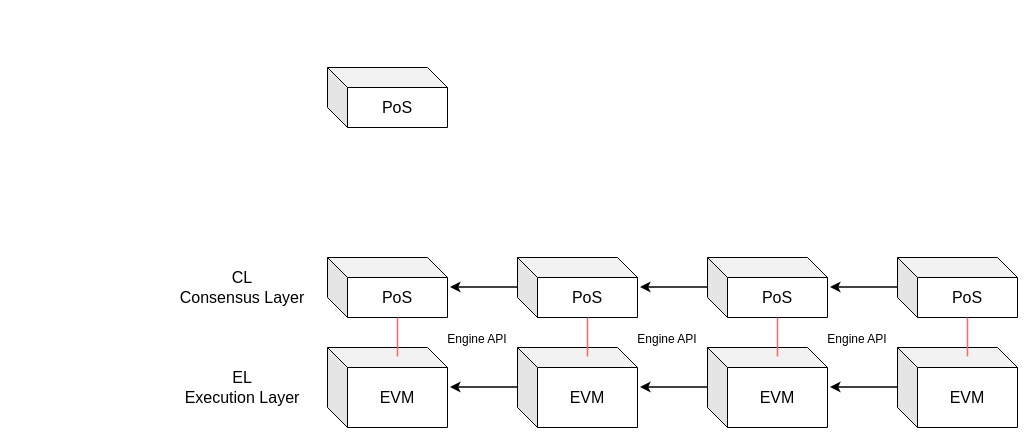
The draw.io diagram beacon-chain-withdrawals/architecture of Ethereum.drawio in 0xyicheng/a-research-diagram, before the edit. Source tidied: cells renumbered, new cells numbered last; positions are measured from the earlier drawing's top-left corner, leaving out a move shared by most shapes. Both pictures are drawn from the tidied source at 100%, with x=0, y=0 at pixel (167, 67).
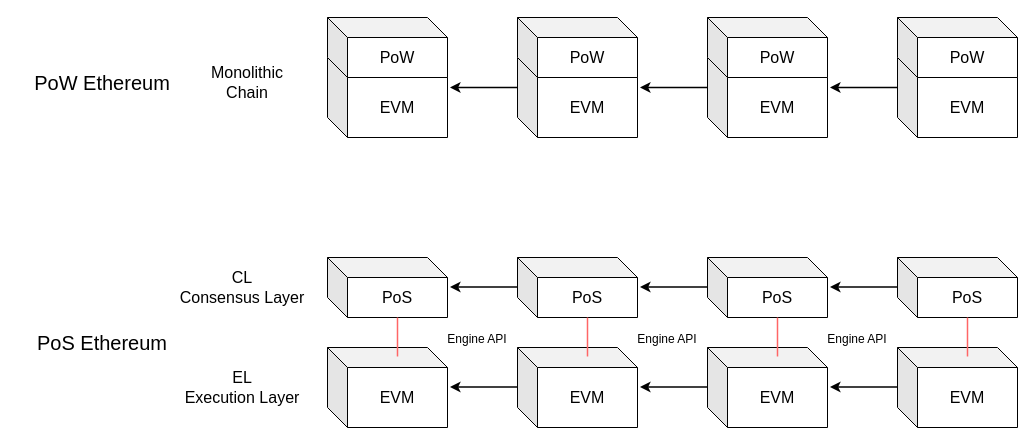
After the change.

What changed in the source:
```diff
@@
+    <mxCell id="26" value="&lt;font style=&quot;font-size: 16px&quot;&gt;EVM&lt;/font&gt;" style="shape=cube;whiteSpace=wrap;html=1;boundedLbl=1;backgroundOutline=1;darkOpacity=0.05;darkOpacity2=0.1;" parent="1" vertex="1">
+      <mxGeometry x="160" y="-10" width="120" height="80" as="geometry" />
+    </mxCell>
-    <mxCell id="25" value="&lt;font style=&quot;font-size: 16px&quot;&gt;PoS&lt;/font&gt;" style="shape=cube;whiteSpace=wrap;html=1;boundedLbl=1;backgroundOutline=1;darkOpacity=0.05;darkOpacity2=0.1;" parent="1" vertex="1">
-      <mxGeometry x="160" width="120" height="60" as="geometry" />
+    <mxCell id="25" value="&lt;font style=&quot;font-size: 16px&quot;&gt;PoW&lt;/font&gt;" style="shape=cube;whiteSpace=wrap;html=1;boundedLbl=1;backgroundOutline=1;darkOpacity=0.05;darkOpacity2=0.1;" parent="1" vertex="1">
+      <mxGeometry x="160" y="-50" width="120" height="60" as="geometry" />
     </mxCell>
+    <mxCell id="27" value="&lt;font style=&quot;font-size: 16px&quot;&gt;EVM&lt;/font&gt;" style="shape=cube;whiteSpace=wrap;html=1;boundedLbl=1;backgroundOutline=1;darkOpacity=0.05;darkOpacity2=0.1;" parent="1" vertex="1">
+      <mxGeometry x="350" y="-10" width="120" height="80" as="geometry" />
+    </mxCell>
+    <mxCell id="28" value="&lt;font style=&quot;font-size: 16px&quot;&gt;PoW&lt;/font&gt;" style="shape=cube;whiteSpace=wrap;html=1;boundedLbl=1;backgroundOutline=1;darkOpacity=0.05;darkOpacity2=0.1;" parent="1" vertex="1">
+      <mxGeometry x="350" y="-50" width="120" height="60" as="geometry" />
+    </mxCell>
+    <mxCell id="29" value="&lt;font style=&quot;font-size: 16px&quot;&gt;EVM&lt;/font&gt;" style="shape=cube;whiteSpace=wrap;html=1;boundedLbl=1;backgroundOutline=1;darkOpacity=0.05;darkOpacity2=0.1;" parent="1" vertex="1">
+      <mxGeometry x="540" y="-10" width="120" height="80" as="geometry" />
+    </mxCell>
+    <mxCell id="30" value="&lt;font style=&quot;font-size: 16px&quot;&gt;PoW&lt;/font&gt;" style="shape=cube;whiteSpace=wrap;html=1;boundedLbl=1;backgroundOutline=1;darkOpacity=0.05;darkOpacity2=0.1;" parent="1" vertex="1">
+      <mxGeometry x="540" y="-50" width="120" height="60" as="geometry" />
+    </mxCell>
+    <mxCell id="31" value="&lt;font style=&quot;font-size: 16px&quot;&gt;EVM&lt;/font&gt;" style="shape=cube;whiteSpace=wrap;html=1;boundedLbl=1;backgroundOutline=1;darkOpacity=0.05;darkOpacity2=0.1;" parent="1" vertex="1">
+      <mxGeometry x="730" y="-10" width="120" height="80" as="geometry" />
+    </mxCell>
+    <mxCell id="32" value="&lt;font style=&quot;font-size: 16px&quot;&gt;PoW&lt;/font&gt;" style="shape=cube;whiteSpace=wrap;html=1;boundedLbl=1;backgroundOutline=1;darkOpacity=0.05;darkOpacity2=0.1;" parent="1" vertex="1">
+      <mxGeometry x="730" y="-50" width="120" height="60" as="geometry" />
+    </mxCell>
+    <mxCell id="33" style="endArrow=classic;html=1;rounded=0;strokeWidth=1.5;fontSize=16;exitX=-0.021;exitY=0.525;exitDx=0;exitDy=0;exitPerimeter=0;" parent="1" edge="1">
+      <mxGeometry relative="1" as="geometry">
+        <mxPoint x="350" y="20" as="sourcePoint" />
+        <mxPoint x="282.5" y="20" as="targetPoint" />
+      </mxGeometry>
+    </mxCell>
+    <mxCell id="34" style="endArrow=classic;html=1;rounded=0;strokeWidth=1.5;fontSize=16;exitX=-0.021;exitY=0.525;exitDx=0;exitDy=0;exitPerimeter=0;" parent="1" edge="1">
+      <mxGeometry relative="1" as="geometry">
+        <mxPoint x="540" y="20" as="sourcePoint" />
+        <mxPoint x="472.5" y="20" as="targetPoint" />
+      </mxGeometry>
+    </mxCell>
+    <mxCell id="35" style="endArrow=classic;html=1;rounded=0;strokeWidth=1.5;fontSize=16;exitX=-0.021;exitY=0.525;exitDx=0;exitDy=0;exitPerimeter=0;" parent="1" edge="1">
+      <mxGeometry relative="1" as="geometry">
+        <mxPoint x="730" y="20" as="sourcePoint" />
+        <mxPoint x="662.5" y="20" as="targetPoint" />
+      </mxGeometry>
+    </mxCell>
+    <mxCell id="36" value="&lt;span style=&quot;font-size: 16px;&quot;&gt;Monolithic Chain&lt;/span&gt;" style="text;html=1;strokeColor=none;fillColor=none;align=center;verticalAlign=middle;whiteSpace=wrap;rounded=0;fontSize=12;" parent="1" vertex="1">
+      <mxGeometry x="20" width="120" height="30" as="geometry" />
+    </mxCell>
+    <mxCell id="37" value="&lt;font style=&quot;font-size: 20px;&quot;&gt;PoW Ethereum&lt;/font&gt;" style="text;html=1;strokeColor=none;fillColor=none;align=center;verticalAlign=middle;whiteSpace=wrap;rounded=0;" parent="1" vertex="1">
+      <mxGeometry x="-150" width="170" height="30" as="geometry" />
+    </mxCell>
+    <mxCell id="38" value="&lt;font style=&quot;font-size: 20px;&quot;&gt;PoS Ethereum&lt;/font&gt;" style="text;html=1;strokeColor=none;fillColor=none;align=center;verticalAlign=middle;whiteSpace=wrap;rounded=0;" parent="1" vertex="1">
+      <mxGeometry x="-150" y="260" width="170" height="30" as="geometry" />
+    </mxCell>
```
